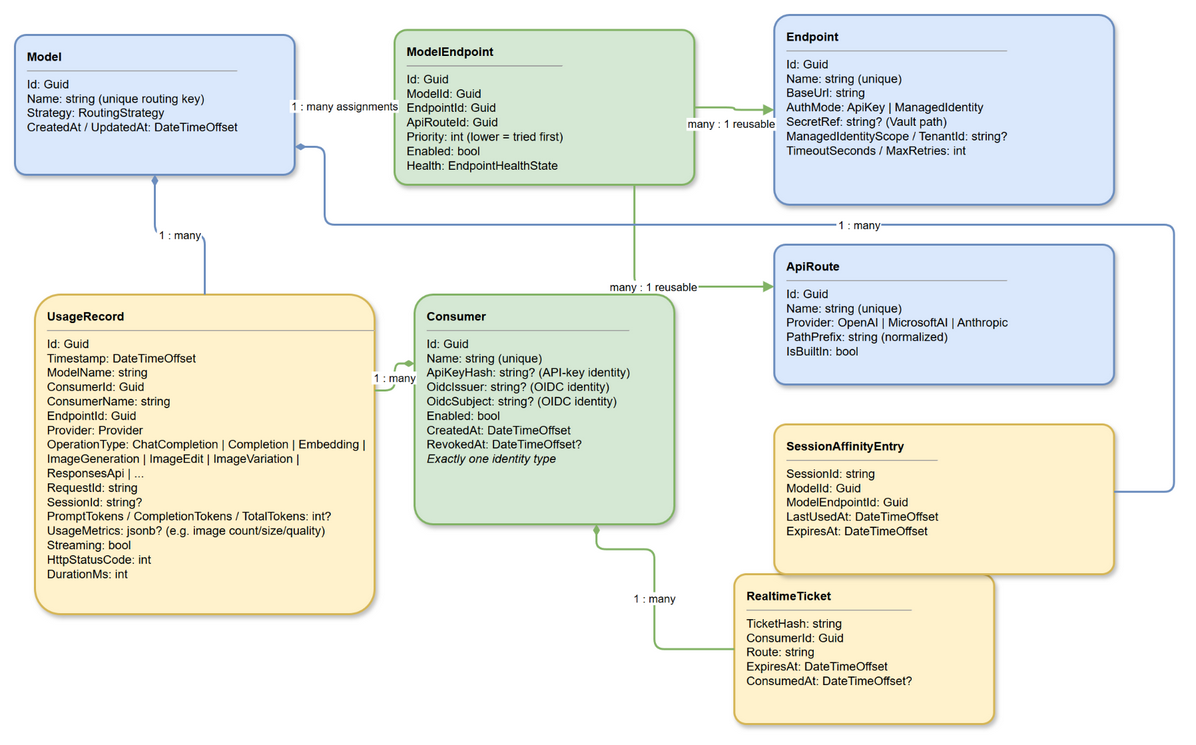
The draw.io diagram specs/architecture/diagrams/02-domain-model.png in azureholic/AIProxyPlus, before a commit. Source tidied: cells renumbered, new cells last; positions are measured from the earlier drawing's top-left corner, leaving out a move shared by most shapes.
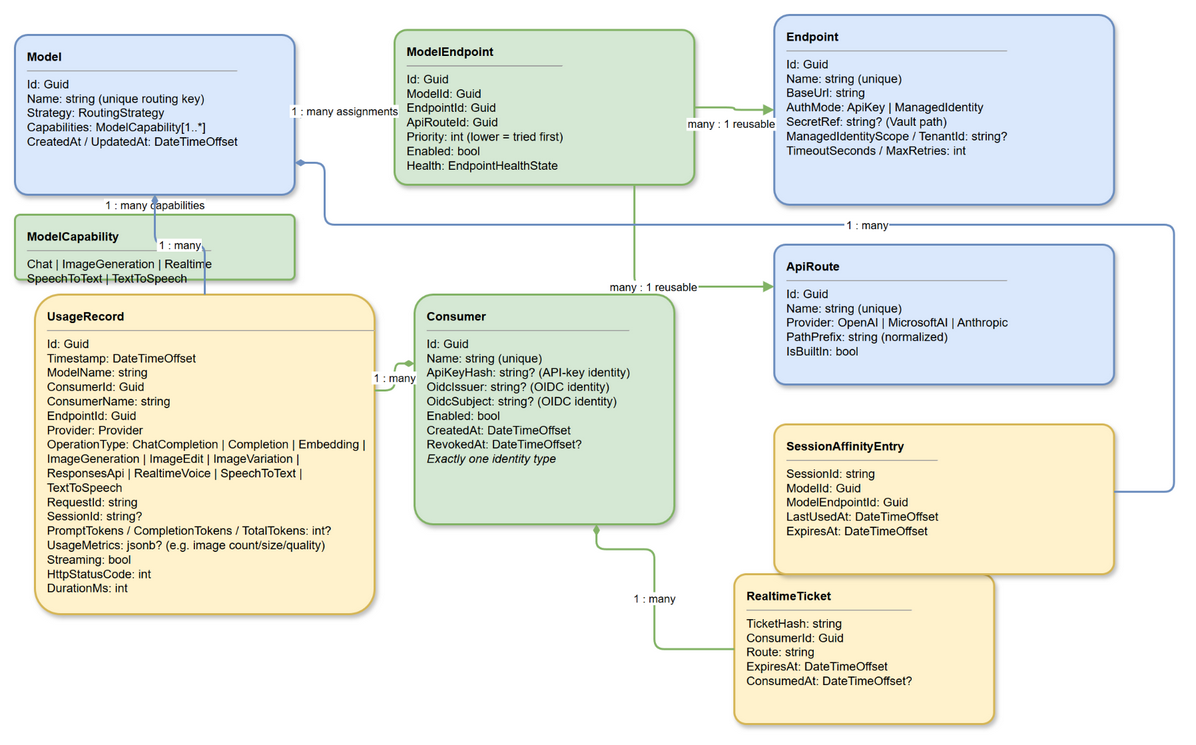
After the change.

The edit, as a diff of the source:
```diff
@@ -2,9 +2,12 @@
   <root>
     <mxCell id="0" />
     <mxCell id="1" parent="0" />
-    <mxCell id="2" value="&lt;b&gt;Model&lt;/b&gt;&lt;hr size=1&gt;Id: Guid&lt;br&gt;Name: string (unique routing key)&lt;br&gt;Strategy: RoutingStrategy&lt;br&gt;CreatedAt / UpdatedAt: DateTimeOffset" style="rounded=1;whiteSpace=wrap;html=1;fillColor=#dae8fc;strokeColor=#6c8ebf;strokeWidth=2;arcSize=8;shadow=1;align=left;verticalAlign=top;spacingLeft=10;spacingTop=8;fontSize=12;" parent="1" vertex="1">
-      <mxGeometry y="20" width="280" height="140" as="geometry" />
+    <mxCell id="2" value="&lt;b&gt;Model&lt;/b&gt;&lt;hr size=1&gt;Id: Guid&lt;br&gt;Name: string (unique routing key)&lt;br&gt;Strategy: RoutingStrategy&lt;br&gt;Capabilities: ModelCapability[1..*]&lt;br&gt;CreatedAt / UpdatedAt: DateTimeOffset" style="rounded=1;whiteSpace=wrap;html=1;fillColor=#dae8fc;strokeColor=#6c8ebf;strokeWidth=2;arcSize=8;shadow=1;align=left;verticalAlign=top;spacingLeft=10;spacingTop=8;fontSize=12;" parent="1" vertex="1">
+      <mxGeometry y="20" width="280" height="160" as="geometry" />
     </mxCell>
+    <mxCell id="17" value="&lt;b&gt;ModelCapability&lt;/b&gt;&lt;hr size=1&gt;Chat | ImageGeneration | Realtime&lt;br&gt;SpeechToText | TextToSpeech" style="rounded=1;whiteSpace=wrap;html=1;fillColor=#d5e8d4;strokeColor=#82b366;strokeWidth=2;arcSize=8;shadow=1;align=left;verticalAlign=top;spacingLeft=10;spacingTop=8;fontSize=12;" parent="1" vertex="1">
+      <mxGeometry y="200" width="280" height="65" as="geometry" />
+    </mxCell>
     <mxCell id="3" value="&lt;b&gt;ModelEndpoint&lt;/b&gt;&lt;hr size=1&gt;Id: Guid&lt;br&gt;ModelId: Guid&lt;br&gt;EndpointId: Guid&lt;br&gt;ApiRouteId: Guid&lt;br&gt;Priority: int (lower = tried first)&lt;br&gt;Enabled: bool&lt;br&gt;Health: EndpointHealthState" style="rounded=1;whiteSpace=wrap;html=1;fillColor=#d5e8d4;strokeColor=#82b366;strokeWidth=2;arcSize=8;shadow=1;align=left;verticalAlign=top;spacingLeft=10;spacingTop=8;fontSize=12;" parent="1" vertex="1">
       <mxGeometry x="380" y="15" width="300" height="155" as="geometry" />
     </mxCell>
@@ -14,7 +17,7 @@
     <mxCell id="5" value="&lt;b&gt;ApiRoute&lt;/b&gt;&lt;hr size=1&gt;Id: Guid&lt;br&gt;Name: string (unique)&lt;br&gt;Provider: OpenAI | MicrosoftAI | Anthropic&lt;br&gt;PathPrefix: string (normalized)&lt;br&gt;IsBuiltIn: bool" style="rounded=1;whiteSpace=wrap;html=1;fillColor=#dae8fc;strokeColor=#6c8ebf;strokeWidth=2;arcSize=8;shadow=1;align=left;verticalAlign=top;spacingLeft=10;spacingTop=8;fontSize=12;" parent="1" vertex="1">
       <mxGeometry x="760" y="230" width="340" height="140" as="geometry" />
     </mxCell>
-    <mxCell id="6" value="&lt;b&gt;UsageRecord&lt;/b&gt;&lt;hr size=1&gt;Id: Guid&lt;br&gt;Timestamp: DateTimeOffset&lt;br&gt;ModelName: string&lt;br&gt;ConsumerId: Guid&lt;br&gt;ConsumerName: string&lt;br&gt;EndpointId: Guid&lt;br&gt;Provider: Provider&lt;br&gt;OperationType: ChatCompletion | Completion | Embedding | ImageGeneration | ImageEdit | ImageVariation | ResponsesApi | ...&lt;br&gt;RequestId: string&lt;br&gt;SessionId: string?&lt;br&gt;PromptTokens / CompletionTokens / TotalTokens: int?&lt;br&gt;UsageMetrics: jsonb? (e.g. image count/size/quality)&lt;br&gt;Streaming: bool&lt;br&gt;HttpStatusCode: int&lt;br&gt;DurationMs: int" style="rounded=1;whiteSpace=wrap;html=1;fillColor=#fff2cc;strokeColor=#d6b656;strokeWidth=2;arcSize=8;shadow=1;align=left;verticalAlign=top;spacingLeft=10;spacingTop=8;fontSize=12;" parent="1" vertex="1">
+    <mxCell id="6" value="&lt;b&gt;UsageRecord&lt;/b&gt;&lt;hr size=1&gt;Id: Guid&lt;br&gt;Timestamp: DateTimeOffset&lt;br&gt;ModelName: string&lt;br&gt;ConsumerId: Guid&lt;br&gt;ConsumerName: string&lt;br&gt;EndpointId: Guid&lt;br&gt;Provider: Provider&lt;br&gt;OperationType: ChatCompletion | Completion | Embedding | ImageGeneration | ImageEdit | ImageVariation | ResponsesApi | RealtimeVoice | SpeechToText | TextToSpeech&lt;br&gt;RequestId: string&lt;br&gt;SessionId: string?&lt;br&gt;PromptTokens / CompletionTokens / TotalTokens: int?&lt;br&gt;UsageMetrics: jsonb? (e.g. image count/size/quality)&lt;br&gt;Streaming: bool&lt;br&gt;HttpStatusCode: int&lt;br&gt;DurationMs: int" style="rounded=1;whiteSpace=wrap;html=1;fillColor=#fff2cc;strokeColor=#d6b656;strokeWidth=2;arcSize=8;shadow=1;align=left;verticalAlign=top;spacingLeft=10;spacingTop=8;fontSize=12;" parent="1" vertex="1">
       <mxGeometry x="20" y="280" width="340" height="320" as="geometry" />
     </mxCell>
     <mxCell id="7" value="&lt;b&gt;Consumer&lt;/b&gt;&lt;hr size=1&gt;Id: Guid&lt;br&gt;Name: string (unique)&lt;br&gt;ApiKeyHash: string? (API-key identity)&lt;br&gt;OidcIssuer: string? (OIDC identity)&lt;br&gt;OidcSubject: string? (OIDC identity)&lt;br&gt;Enabled: bool&lt;br&gt;CreatedAt: DateTimeOffset&lt;br&gt;RevokedAt: DateTimeOffset?&lt;br&gt;&lt;i&gt;Exactly one identity type&lt;/i&gt;" style="rounded=1;whiteSpace=wrap;html=1;fillColor=#d5e8d4;strokeColor=#82b366;strokeWidth=2;arcSize=8;shadow=1;align=left;verticalAlign=top;spacingLeft=10;spacingTop=8;fontSize=12;" parent="1" vertex="1">
@@ -29,6 +32,9 @@
     <mxCell id="10" value="1 : many assignments" style="edgeStyle=orthogonalEdgeStyle;rounded=1;strokeColor=#6c8ebf;strokeWidth=2;fontSize=11;startArrow=diamondThin;startFill=1;endArrow=none;labelBackgroundColor=#ffffff;" parent="1" edge="1" source="2" target="3">
       <mxGeometry relative="1" as="geometry" />
     </mxCell>
+    <mxCell id="18" value="1 : many capabilities" style="edgeStyle=orthogonalEdgeStyle;rounded=1;strokeColor=#82b366;strokeWidth=2;fontSize=11;startArrow=diamondThin;startFill=1;endArrow=none;labelBackgroundColor=#ffffff;" parent="1" edge="1" source="2" target="17">
+      <mxGeometry relative="1" as="geometry" />
+    </mxCell>
     <mxCell id="11" value="many : 1 reusable" style="edgeStyle=orthogonalEdgeStyle;rounded=1;strokeColor=#82b366;strokeWidth=2;fontSize=11;startArrow=none;endArrow=block;endFill=1;labelBackgroundColor=#ffffff;" parent="1" edge="1" source="3" target="4">
       <mxGeometry x="-0.1" y="-16" relative="1" as="geometry" />
     </mxCell>
```
